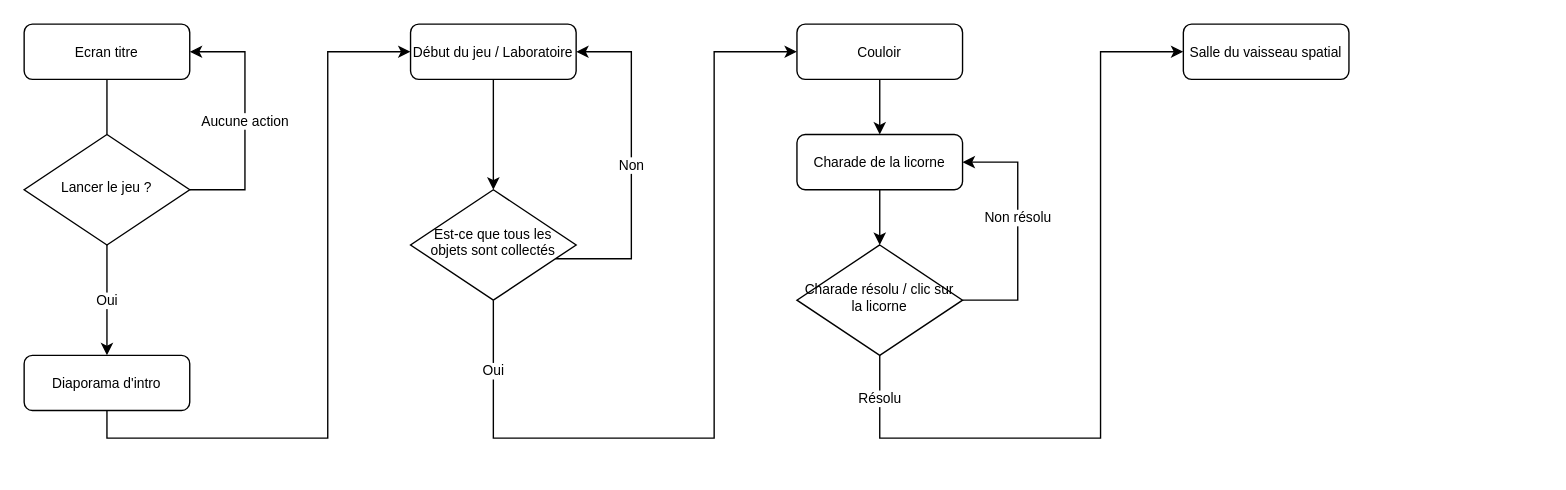
Before: Schéma de navigation.drawio in AztyMatt/Alien-Escaper, a draw.io diagram. Source tidied: cells renumbered, new cells numbered last; positions are measured from the earlier drawing's top-left corner, leaving out a move shared by most shapes. Both pictures are drawn from the tidied source at 138%, with x=0, y=0 at pixel (23, 23).
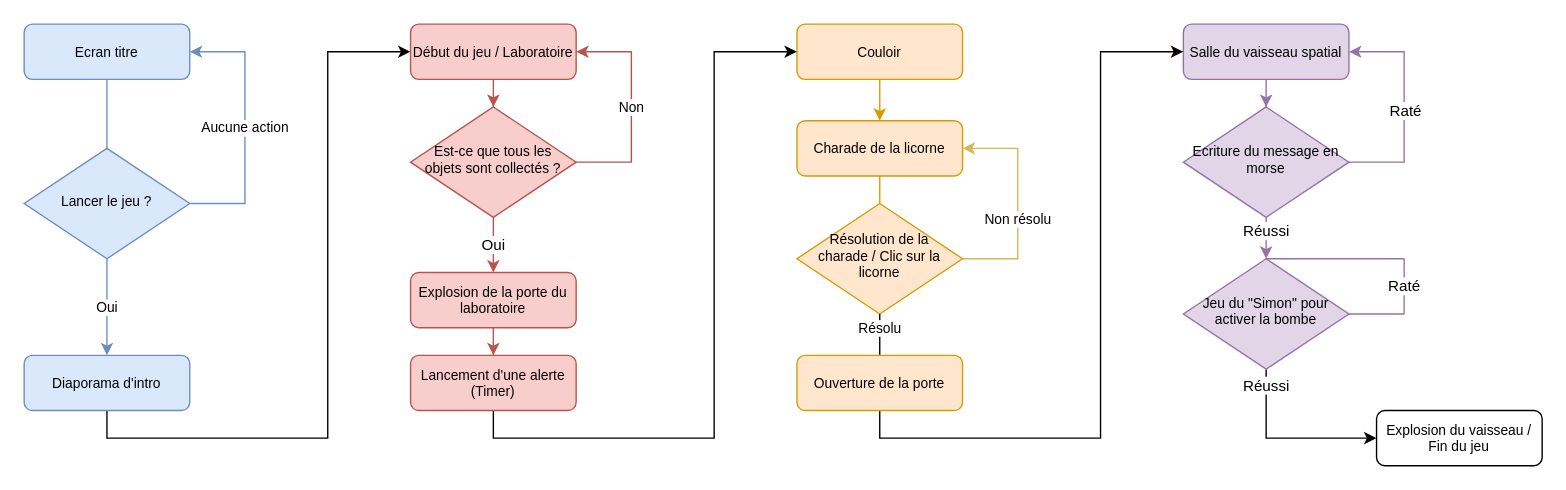
Above is the later version.

Commit message:
Mettre à jour Schéma de navigation.drawio

What changed in the source:
```diff
@@
-    <mxCell id="2" value="Oui" style="edgeStyle=orthogonalEdgeStyle;rounded=0;jettySize=auto;html=1;entryX=0.5;entryY=0;entryDx=0;entryDy=0;startArrow=none;fontSize=10;" parent="1" edge="1" source="8" target="5">
+    <mxCell id="2" value="Oui" style="edgeStyle=orthogonalEdgeStyle;rounded=0;jettySize=auto;html=1;entryX=0.5;entryY=0;entryDx=0;entryDy=0;startArrow=none;fontSize=10;fillColor=#dae8fc;strokeColor=#6c8ebf;" parent="1" edge="1" source="8" target="5">
       <mxGeometry relative="1" as="geometry">
         <Array as="points">
           <mxPoint x="60" y="180" />
           <mxPoint x="60" y="180" />
         </Array>
       </mxGeometry>
     </mxCell>
-    <mxCell id="3" value="Ecran titre" style="rounded=1;whiteSpace=wrap;html=1;fontSize=10;glass=0;strokeWidth=1;shadow=0;" parent="1" vertex="1">
+    <mxCell id="3" value="Ecran titre" style="rounded=1;whiteSpace=wrap;html=1;fontSize=10;glass=0;strokeWidth=1;shadow=0;fillColor=#dae8fc;strokeColor=#6c8ebf;" parent="1" vertex="1">
       <mxGeometry width="120" height="40" as="geometry" />
     </mxCell>
@@
-    <mxCell id="5" value="Diaporama d'intro" style="rounded=1;whiteSpace=wrap;html=1;fontSize=10;glass=0;strokeWidth=1;shadow=0;" parent="1" vertex="1">
+    <mxCell id="5" value="Diaporama d'intro" style="rounded=1;whiteSpace=wrap;html=1;fontSize=10;glass=0;strokeWidth=1;shadow=0;fillColor=#dae8fc;strokeColor=#6c8ebf;" parent="1" vertex="1">
       <mxGeometry y="240" width="120" height="40" as="geometry" />
     </mxCell>
-    <mxCell id="6" style="edgeStyle=orthogonalEdgeStyle;rounded=0;jettySize=auto;html=1;entryX=0.5;entryY=0;entryDx=0;entryDy=0;endArrow=none;fontSize=10;" parent="1" edge="1" source="3" target="8">
+    <mxCell id="6" style="edgeStyle=orthogonalEdgeStyle;rounded=0;jettySize=auto;html=1;entryX=0.5;entryY=0;entryDx=0;entryDy=0;endArrow=none;fontSize=10;fillColor=#dae8fc;strokeColor=#6c8ebf;" parent="1" edge="1" source="3" target="8">
       <mxGeometry relative="1" as="geometry" />
     </mxCell>
-    <mxCell id="7" value="Aucune action" style="edgeStyle=orthogonalEdgeStyle;rounded=0;jettySize=auto;html=1;entryX=1;entryY=0.5;entryDx=0;entryDy=0;fontSize=10;" parent="1" edge="1" source="8" target="3">
+    <mxCell id="7" value="Aucune action" style="edgeStyle=orthogonalEdgeStyle;rounded=0;jettySize=auto;html=1;entryX=1;entryY=0.5;entryDx=0;entryDy=0;fontSize=10;fillColor=#dae8fc;strokeColor=#6c8ebf;" parent="1" edge="1" source="8" target="3">
       <mxGeometry relative="1" as="geometry">
         <Array as="points">
-          <mxPoint x="160" y="120" />
+          <mxPoint x="160" y="130" />
           <mxPoint x="160" y="20" />
         </Array>
       </mxGeometry>
     </mxCell>
-    <mxCell id="8" value="Lancer le jeu ?" style="rhombus;whiteSpace=wrap;html=1;shadow=0;fontFamily=Helvetica;fontSize=10;align=center;strokeWidth=1;spacing=6;spacingTop=-4;" parent="1" vertex="1">
-      <mxGeometry y="80" width="120" height="80" as="geometry" />
+    <mxCell id="8" value="Lancer le jeu ?" style="rhombus;whiteSpace=wrap;html=1;shadow=0;fontFamily=Helvetica;fontSize=10;align=center;strokeWidth=1;spacing=6;spacingTop=-4;fillColor=#dae8fc;strokeColor=#6c8ebf;" parent="1" vertex="1">
+      <mxGeometry y="90" width="120" height="80" as="geometry" />
     </mxCell>
-    <mxCell id="9" style="edgeStyle=orthogonalEdgeStyle;rounded=0;jettySize=auto;html=1;entryX=0.5;entryY=0;entryDx=0;entryDy=0;fontSize=10;" parent="1" edge="1" source="10" target="13">
+    <mxCell id="9" style="edgeStyle=orthogonalEdgeStyle;rounded=0;jettySize=auto;html=1;entryX=0.5;entryY=0;entryDx=0;entryDy=0;fontSize=10;fillColor=#f8cecc;strokeColor=#b85450;" parent="1" edge="1" source="10" target="13">
       <mxGeometry relative="1" as="geometry" />
     </mxCell>
-    <mxCell id="10" value="Début du jeu / Laboratoire" style="rounded=1;whiteSpace=wrap;html=1;fontSize=10;glass=0;strokeWidth=1;shadow=0;" parent="1" vertex="1">
+    <mxCell id="10" value="Début du jeu / Laboratoire" style="rounded=1;whiteSpace=wrap;html=1;fontSize=10;glass=0;strokeWidth=1;shadow=0;fillColor=#f8cecc;strokeColor=#b85450;" parent="1" vertex="1">
       <mxGeometry x="280" width="120" height="40" as="geometry" />
     </mxCell>
-    <mxCell id="11" value="Non" style="edgeStyle=orthogonalEdgeStyle;rounded=0;jettySize=auto;html=1;entryX=1;entryY=0.5;entryDx=0;entryDy=0;fontSize=10;" parent="1" edge="1" source="13" target="10">
+    <mxCell id="11" value="Non" style="edgeStyle=orthogonalEdgeStyle;rounded=0;jettySize=auto;html=1;entryX=1;entryY=0.5;entryDx=0;entryDy=0;fontSize=10;fillColor=#f8cecc;strokeColor=#b85450;" parent="1" edge="1" source="13" target="10">
       <mxGeometry relative="1" as="geometry">
         <Array as="points">
-          <mxPoint x="440" y="170" />
+          <mxPoint x="440" y="100" />
           <mxPoint x="440" y="20" />
         </Array>
       </mxGeometry>
     </mxCell>
-    <mxCell id="12" value="Oui" style="edgeStyle=orthogonalEdgeStyle;rounded=0;jettySize=auto;html=1;fontSize=10;entryX=0;entryY=0.5;entryDx=0;entryDy=0;" parent="1" edge="1" source="13" target="15">
-      <mxGeometry x="-0.83" relative="1" as="geometry">
+    <mxCell id="12" value="Oui" style="edgeStyle=orthogonalEdgeStyle;rounded=0;jettySize=auto;html=1;entryX=0.5;entryY=0;entryDx=0;entryDy=0;fillColor=#f8cecc;strokeColor=#b85450;" parent="1" edge="1" source="13" target="28">
+      <mxGeometry relative="1" as="geometry">
         <Array as="points">
-          <mxPoint x="340" y="300" />
-          <mxPoint x="500" y="300" />
-          <mxPoint x="500" y="20" />
+          <mxPoint x="340" y="150" />
+          <mxPoint x="340" y="150" />
         </Array>
       </mxGeometry>
     </mxCell>
-    <mxCell id="13" value="Est-ce que tous les objets sont collectés" style="rhombus;whiteSpace=wrap;html=1;shadow=0;fontFamily=Helvetica;fontSize=10;align=center;strokeWidth=1;spacing=6;spacingTop=-4;" parent="1" vertex="1">
-      <mxGeometry x="280" y="120" width="120" height="80" as="geometry" />
+    <mxCell id="13" value="Est-ce que tous les objets sont collectés ?" style="rhombus;whiteSpace=wrap;html=1;shadow=0;fontFamily=Helvetica;fontSize=10;align=center;strokeWidth=1;spacing=6;spacingTop=-4;fillColor=#f8cecc;strokeColor=#b85450;" parent="1" vertex="1">
+      <mxGeometry x="280" y="60" width="120" height="80" as="geometry" />
     </mxCell>
-    <mxCell id="14" style="edgeStyle=orthogonalEdgeStyle;rounded=0;jettySize=auto;html=1;fontSize=10;" parent="1" edge="1" source="15" target="17">
+    <mxCell id="14" style="edgeStyle=orthogonalEdgeStyle;rounded=0;jettySize=auto;html=1;fontSize=10;fillColor=#ffe6cc;strokeColor=#d79b00;" parent="1" edge="1" source="15" target="17">
       <mxGeometry relative="1" as="geometry" />
     </mxCell>
-    <mxCell id="15" value="Couloir" style="rounded=1;whiteSpace=wrap;html=1;fontSize=10;glass=0;strokeWidth=1;shadow=0;" parent="1" vertex="1">
+    <mxCell id="15" value="Couloir" style="rounded=1;whiteSpace=wrap;html=1;fontSize=10;glass=0;strokeWidth=1;shadow=0;fillColor=#ffe6cc;strokeColor=#d79b00;" parent="1" vertex="1">
       <mxGeometry x="560" width="120" height="40" as="geometry" />
     </mxCell>
-    <mxCell id="16" style="edgeStyle=orthogonalEdgeStyle;rounded=0;jettySize=auto;html=1;fontSize=10;" parent="1" edge="1" source="17">
+    <mxCell id="16" style="edgeStyle=orthogonalEdgeStyle;rounded=0;jettySize=auto;html=1;fontSize=10;fillColor=#ffe6cc;strokeColor=#d79b00;" parent="1" edge="1" source="17">
       <mxGeometry relative="1" as="geometry">
         <mxPoint x="620" y="160" as="targetPoint" />
       </mxGeometry>
     </mxCell>
-    <mxCell id="17" value="Charade de la licorne" style="rounded=1;whiteSpace=wrap;html=1;fontSize=10;glass=0;strokeWidth=1;shadow=0;" parent="1" vertex="1">
-      <mxGeometry x="560" y="80" width="120" height="40" as="geometry" />
+    <mxCell id="17" value="Charade de la licorne" style="rounded=1;whiteSpace=wrap;html=1;fontSize=10;glass=0;strokeWidth=1;shadow=0;fillColor=#ffe6cc;strokeColor=#d79b00;" parent="1" vertex="1">
+      <mxGeometry x="560" y="70" width="120" height="40" as="geometry" />
     </mxCell>
-    <mxCell id="18" style="edgeStyle=orthogonalEdgeStyle;rounded=0;jettySize=auto;html=1;fontSize=10;entryX=1;entryY=0.5;entryDx=0;entryDy=0;" parent="1" edge="1" source="21" target="17">
+    <mxCell id="18" style="edgeStyle=orthogonalEdgeStyle;rounded=0;jettySize=auto;html=1;fontSize=10;entryX=1;entryY=0.5;entryDx=0;entryDy=0;fillColor=#fff2cc;strokeColor=#d6b656;" parent="1" edge="1" source="21" target="17">
       <mxGeometry relative="1" as="geometry">
         <Array as="points">
-          <mxPoint x="720" y="200" />
-          <mxPoint x="720" y="100" />
+          <mxPoint x="720" y="170" />
+          <mxPoint x="720" y="90" />
         </Array>
       </mxGeometry>
     </mxCell>
     <mxCell id="19" value="Non résolu" style="edgeLabel;html=1;align=center;verticalAlign=middle;fontSize=10;" parent="18" vertex="1">
-      <mxGeometry x="0.12" y="1" relative="1" as="geometry" />
+      <mxGeometry x="0.12" y="1" relative="1" as="geometry">
+        <mxPoint y="20" as="offset" />
+      </mxGeometry>
     </mxCell>
+    <mxCell id="21" value="Résolution de la charade / Clic sur la licorne" style="rhombus;whiteSpace=wrap;html=1;shadow=0;fontFamily=Helvetica;fontSize=10;align=center;strokeWidth=1;spacing=6;spacingTop=-4;fillColor=#ffe6cc;strokeColor=#d79b00;" parent="1" vertex="1">
+      <mxGeometry x="560" y="130" width="120" height="80" as="geometry" />
+    </mxCell>
+    <mxCell id="23" style="edgeStyle=orthogonalEdgeStyle;rounded=0;jettySize=auto;html=1;fillColor=#e1d5e7;strokeColor=#9673a6;" parent="1" edge="1" source="22" target="34">
+      <mxGeometry relative="1" as="geometry" />
+    </mxCell>
+    <mxCell id="22" value="Salle du vaisseau spatial" style="rounded=1;whiteSpace=wrap;html=1;fontSize=10;glass=0;strokeWidth=1;shadow=0;fillColor=#e1d5e7;strokeColor=#9673a6;" parent="1" vertex="1">
+      <mxGeometry x="840" width="120" height="40" as="geometry" />
+    </mxCell>
+    <mxCell id="24" value="Réussi" style="edgeStyle=orthogonalEdgeStyle;rounded=0;jettySize=auto;html=1;entryX=0;entryY=0.5;entryDx=0;entryDy=0;" parent="1" edge="1" source="25" target="26">
+      <mxGeometry x="-0.82" relative="1" as="geometry">
+        <Array as="points">
+          <mxPoint x="900" y="300" />
+        </Array>
+      </mxGeometry>
+    </mxCell>
+    <mxCell id="25" value="Jeu du &quot;Simon&quot; pour activer la bombe" style="rhombus;whiteSpace=wrap;html=1;shadow=0;fontFamily=Helvetica;fontSize=10;align=center;strokeWidth=1;spacing=6;spacingTop=-4;fillColor=#e1d5e7;strokeColor=#9673a6;" parent="1" vertex="1">
+      <mxGeometry x="840" y="170" width="120" height="80" as="geometry" />
+    </mxCell>
+    <mxCell id="26" value="Explosion du vaisseau / Fin du jeu" style="rounded=1;whiteSpace=wrap;html=1;fontSize=10;glass=0;strokeWidth=1;shadow=0;" parent="1" vertex="1">
+      <mxGeometry x="980" y="280" width="120" height="40" as="geometry" />
+    </mxCell>
+    <mxCell id="27" style="edgeStyle=orthogonalEdgeStyle;rounded=0;jettySize=auto;html=1;entryX=0.5;entryY=0;entryDx=0;entryDy=0;strokeColor=#b85450;fillColor=#f8cecc;" parent="1" edge="1" source="28" target="39">
+      <mxGeometry relative="1" as="geometry" />
+    </mxCell>
+    <mxCell id="28" value="Explosion de la porte du laboratoire" style="rounded=1;whiteSpace=wrap;html=1;fontSize=10;glass=0;strokeWidth=1;shadow=0;fillColor=#f8cecc;strokeColor=#b85450;" parent="1" vertex="1">
+      <mxGeometry x="280" y="180" width="120" height="40" as="geometry" />
+    </mxCell>
-    <mxCell id="20" value="Résolu" style="edgeStyle=orthogonalEdgeStyle;rounded=0;jettySize=auto;html=1;fontSize=10;" parent="1" edge="1" source="21" target="22">
-      <mxGeometry x="-0.89" relative="1" as="geometry">
-        <Array as="points">
-          <mxPoint x="620" y="300" />
-          <mxPoint x="780" y="300" />
-          <mxPoint x="780" y="20" />
-        </Array>
-      </mxGeometry>
+    <mxCell id="20" value="Résolu" style="edgeStyle=orthogonalEdgeStyle;rounded=0;jettySize=auto;html=1;fontSize=10;endArrow=none;" parent="1" edge="1" source="21" target="30">
+      <mxGeometry x="0.2" relative="1" as="geometry" />
     </mxCell>
-    <mxCell id="21" value="Charade résolu / clic sur la licorne" style="rhombus;whiteSpace=wrap;html=1;shadow=0;fontFamily=Helvetica;fontSize=10;align=center;strokeWidth=1;spacing=6;spacingTop=-4;" parent="1" vertex="1">
-      <mxGeometry x="560" y="160" width="120" height="80" as="geometry" />
-    </mxCell>
-    <mxCell id="22" value="Salle du vaisseau spatial" style="rounded=1;whiteSpace=wrap;html=1;fontSize=10;glass=0;strokeWidth=1;shadow=0;" parent="1" vertex="1">
-      <mxGeometry x="840" width="120" height="40" as="geometry" />
-    </mxCell>
+    <mxCell id="29" style="edgeStyle=orthogonalEdgeStyle;rounded=0;jettySize=auto;html=1;entryX=0;entryY=0.5;entryDx=0;entryDy=0;" parent="1" edge="1" source="30" target="22">
+      <mxGeometry relative="1" as="geometry">
+        <Array as="points">
+          <mxPoint x="620" y="300" />
+          <mxPoint x="780" y="300" />
+          <mxPoint x="780" y="20" />
+        </Array>
+      </mxGeometry>
+    </mxCell>
+    <mxCell id="30" value="Ouverture de la porte" style="rounded=1;whiteSpace=wrap;html=1;fontSize=10;glass=0;strokeWidth=1;shadow=0;fillColor=#ffe6cc;strokeColor=#d79b00;" parent="1" vertex="1">
+      <mxGeometry x="560" y="240" width="120" height="40" as="geometry" />
+    </mxCell>
+    <mxCell id="31" style="edgeStyle=orthogonalEdgeStyle;rounded=0;jettySize=auto;html=1;entryX=1;entryY=0.5;entryDx=0;entryDy=0;fillColor=#e1d5e7;strokeColor=#9673a6;" parent="1" edge="1" source="34" target="22">
+      <mxGeometry relative="1" as="geometry">
+        <Array as="points">
+          <mxPoint x="1000" y="100" />
+          <mxPoint x="1000" y="20" />
+        </Array>
+      </mxGeometry>
+    </mxCell>
+    <mxCell id="32" value="Raté" style="edgeLabel;html=1;align=center;verticalAlign=middle;" parent="31" vertex="1">
+      <mxGeometry x="-0.13" y="1" relative="1" as="geometry">
+        <mxPoint x="1" y="-8" as="offset" />
+      </mxGeometry>
+    </mxCell>
+    <mxCell id="33" value="Réussi" style="edgeStyle=orthogonalEdgeStyle;rounded=0;jettySize=auto;html=1;entryX=0.5;entryY=0;entryDx=0;entryDy=0;fillColor=#e1d5e7;strokeColor=#9673a6;" parent="1" edge="1" source="34" target="25">
+      <mxGeometry x="0.2" relative="1" as="geometry" />
+    </mxCell>
+    <mxCell id="34" value="Ecriture du message en morse" style="rhombus;whiteSpace=wrap;html=1;shadow=0;fontFamily=Helvetica;fontSize=10;align=center;strokeWidth=1;spacing=6;spacingTop=-4;fillColor=#e1d5e7;strokeColor=#9673a6;" parent="1" vertex="1">
+      <mxGeometry x="840" y="60" width="120" height="80" as="geometry" />
+    </mxCell>
+    <mxCell id="35" style="endArrow=none;html=1;rounded=0;strokeColor=#9673a6;fillColor=#e1d5e7;" parent="1" edge="1">
+      <mxGeometry relative="1" as="geometry">
+        <mxPoint x="960" y="210" as="sourcePoint" />
+        <mxPoint x="1000" y="210" as="targetPoint" />
+      </mxGeometry>
+    </mxCell>
+    <mxCell id="36" value="Raté" style="endArrow=none;html=1;rounded=0;strokeColor=#9673a6;fillColor=#e1d5e7;" parent="1" edge="1">
+      <mxGeometry relative="1" as="geometry">
+        <mxPoint x="1000" y="210" as="sourcePoint" />
+        <mxPoint x="1000" y="170" as="targetPoint" />
+      </mxGeometry>
+    </mxCell>
+    <mxCell id="37" style="endArrow=none;html=1;rounded=0;strokeColor=#9673a6;exitX=0.5;exitY=0;exitDx=0;exitDy=0;fillColor=#e1d5e7;" parent="1" edge="1" source="25">
+      <mxGeometry relative="1" as="geometry">
+        <mxPoint x="1000" y="170" as="targetPoint" />
+      </mxGeometry>
+    </mxCell>
+    <mxCell id="38" style="edgeStyle=orthogonalEdgeStyle;rounded=0;jettySize=auto;html=1;entryX=0;entryY=0.5;entryDx=0;entryDy=0;strokeColor=default;" parent="1" edge="1" source="39" target="15">
+      <mxGeometry relative="1" as="geometry">
+        <Array as="points">
+          <mxPoint x="340" y="300" />
+          <mxPoint x="500" y="300" />
+          <mxPoint x="500" y="20" />
+        </Array>
+      </mxGeometry>
+    </mxCell>
+    <mxCell id="39" value="Lancement d'une alerte (Timer)" style="rounded=1;whiteSpace=wrap;html=1;fontSize=10;glass=0;strokeWidth=1;shadow=0;fillColor=#f8cecc;strokeColor=#b85450;" parent="1" vertex="1">
+      <mxGeometry x="280" y="240" width="120" height="40" as="geometry" />
+    </mxCell>
```
